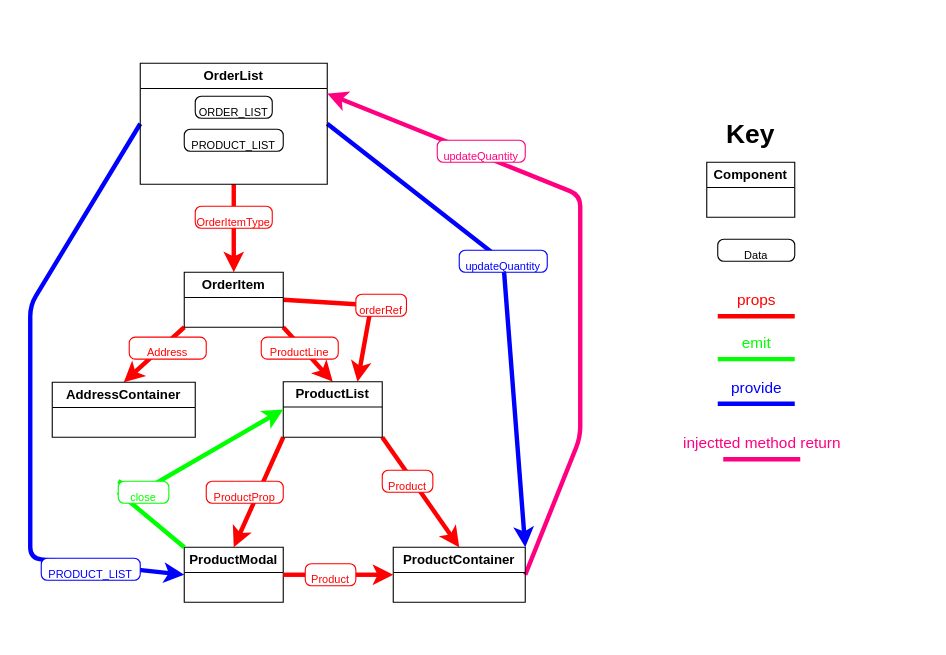
Earlier version of the draw.io diagram planning/dataFlow.drawio (mothugget/OrderItem). Source tidied: cells renumbered, new cells numbered last; positions are measured from the earlier drawing's top-left corner, leaving out a move shared by most shapes. Both pictures are drawn from the tidied source at 110%, with x=0, y=0 at pixel (30, 63).
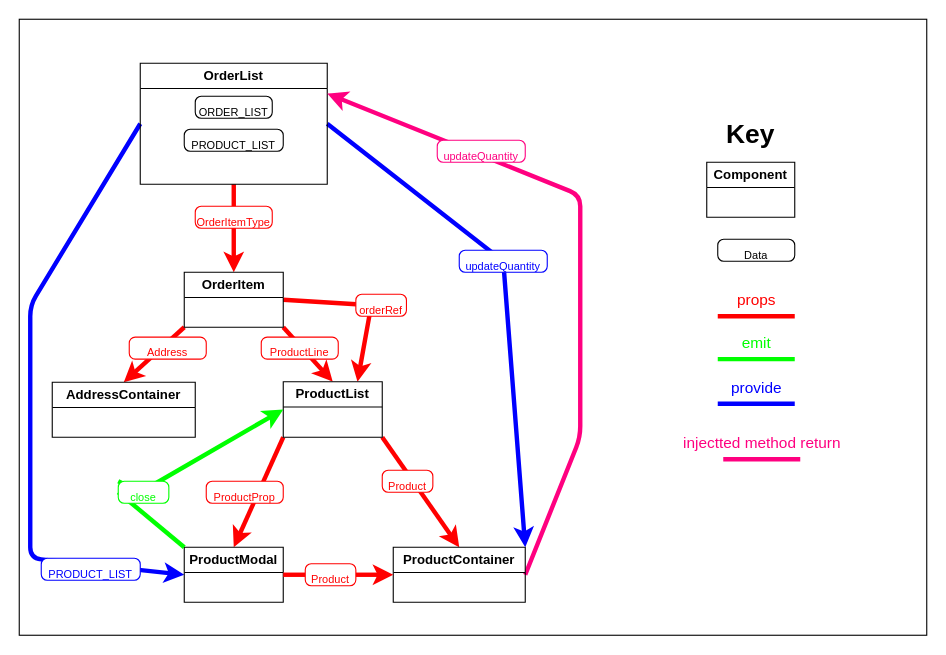
The same page after the edit.

Change to the diagram source:
```diff
@@
+    <mxCell id="45" style="rounded=0;whiteSpace=wrap;html=1;" parent="1" vertex="1">
+      <mxGeometry x="-10" y="-40" width="825" height="560" as="geometry" />
+    </mxCell>
```
